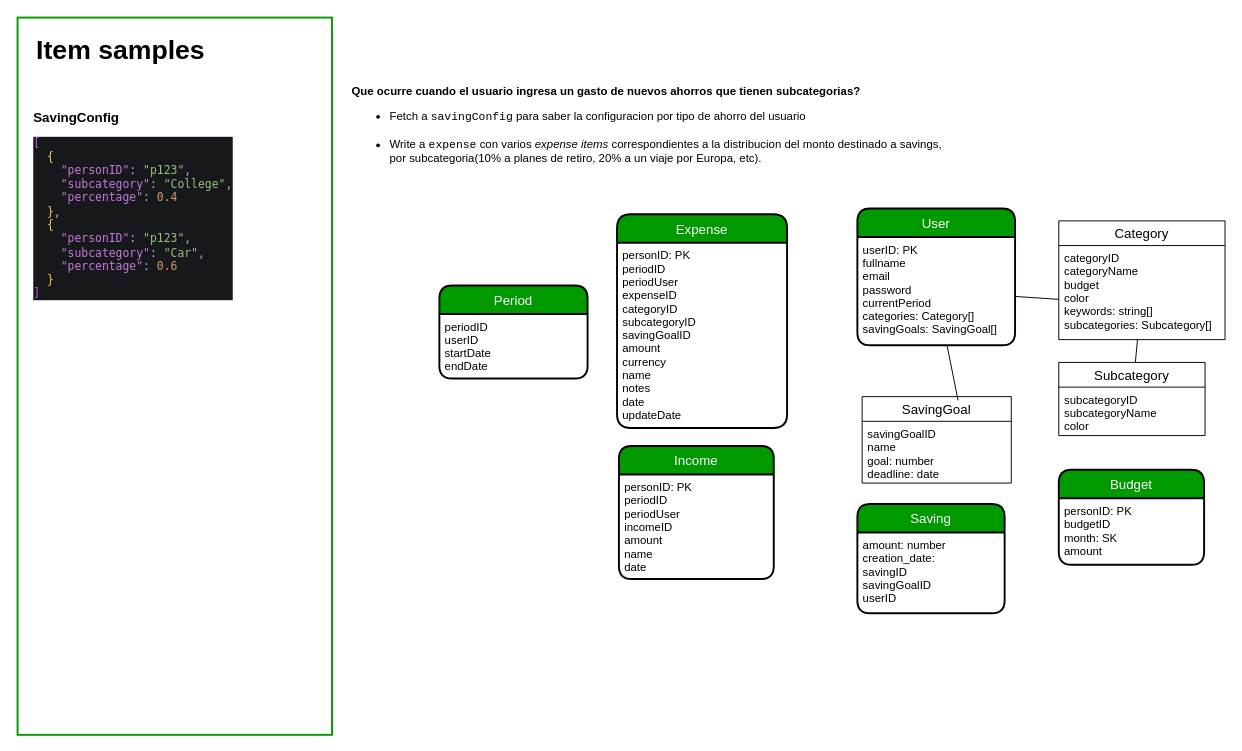
The draw.io diagram page "Data Model" (1 of 2) of diagrams/money-diagrams.drawio in JoelD7/money, before the edit. Source tidied: cells renumbered, new cells numbered last; positions are measured from the earlier drawing's top-left corner, leaving out a move shared by most shapes. Both pictures are drawn from the tidied source at 95%, with x=0, y=0 at pixel (17, 17).
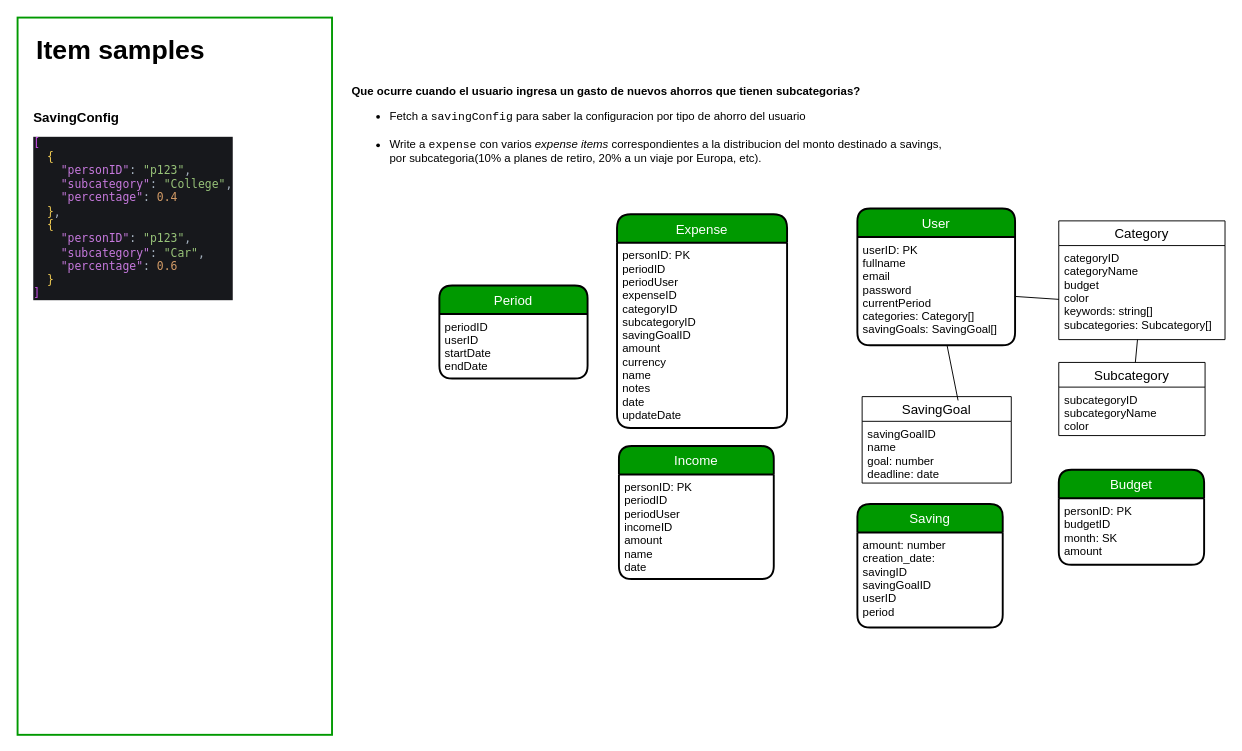
Above is the later version.

Commit message:
Add "period" attribute to Savings table

What changed in the source:
```diff
@@
     <mxCell id="25" value="Saving" style="swimlane;horizontal=1;startSize=30;rounded=1;fontSize=14;fontStyle=0;strokeWidth=2;shadow=0;dashed=0;align=center;fillColor=#009900;fontColor=#FFFFFF;" parent="1" vertex="1">
-      <mxGeometry x="884" y="512" width="155" height="115" as="geometry" />
+      <mxGeometry x="884" y="512" width="153" height="130" as="geometry" />
     </mxCell>
-    <mxCell id="26" value="amount: number&#10;creation_date:&#10;savingID&#10;savingGoalID&#10;userID" style="align=left;strokeColor=none;fillColor=none;spacingLeft=4;fontSize=12;verticalAlign=top;" parent="25" vertex="1">
-      <mxGeometry y="30" width="155" height="85" as="geometry" />
+    <mxCell id="26" value="amount: number&#10;creation_date:&#10;savingID&#10;savingGoalID&#10;userID&#10;period" style="align=left;strokeColor=none;fillColor=none;spacingLeft=4;fontSize=12;verticalAlign=top;" parent="25" vertex="1">
+      <mxGeometry y="30" width="153" height="100" as="geometry" />
     </mxCell>
```
